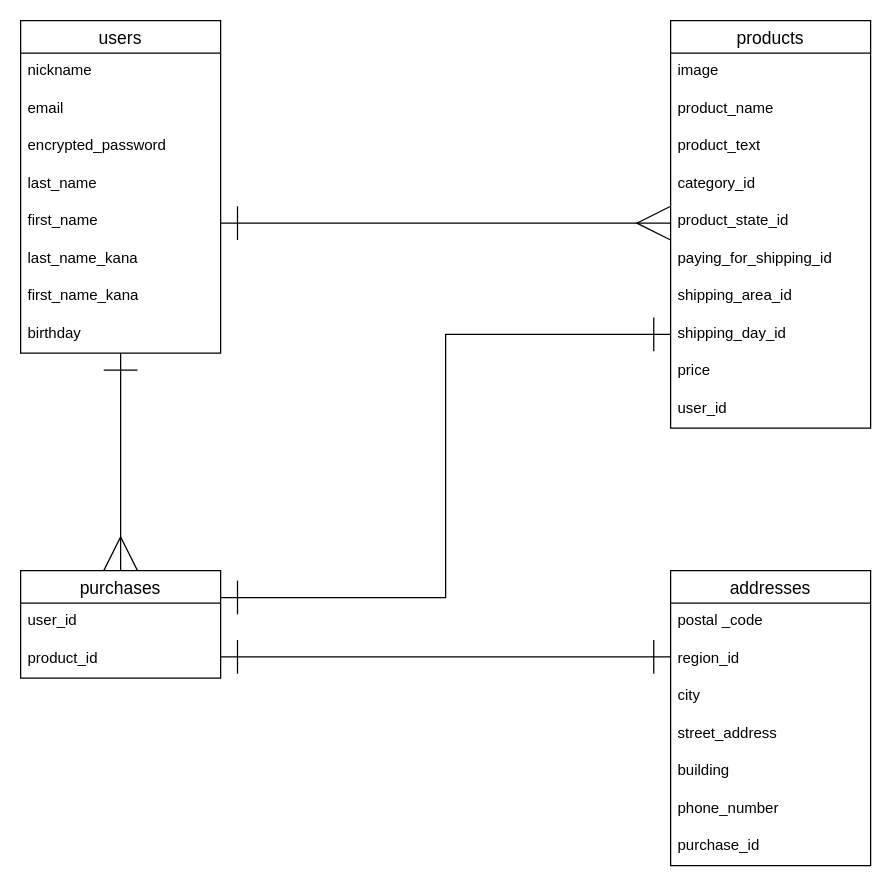
The draw.io diagram er.dio in satoko123/furima-31962, before the edit. Source tidied: cells renumbered, new cells numbered last; positions are measured from the earlier drawing's top-left corner, leaving out a move shared by most shapes. Both pictures are drawn from the tidied source at 125%, with x=0, y=0 at pixel (20, 20).
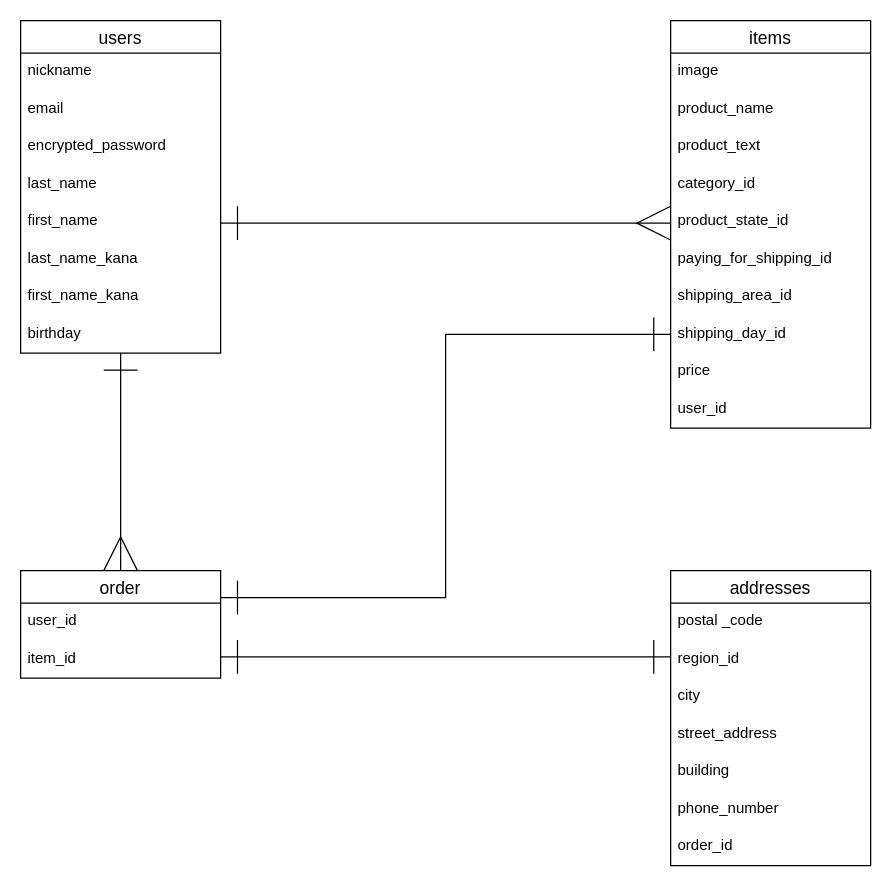
Above is the later version.

Commit message (it also covers changes not shown here):
テーブル設計の修正

Unchanged cells that the change refers to:
```xml
<mxCell id="2" value="addresses" style="swimlane;fontStyle=0;horizontal=1;startSize=26;align=center;fontSize=14;" parent="1" vertex="1">
  <mxGeometry x="520" y="440" width="160" height="236" as="geometry" />
</mxCell>
```

The edit, as a diff of the source:
```diff
@@
-    <mxCell id="9" value="purchase_id" style="text;strokeColor=none;fillColor=none;spacingLeft=4;spacingRight=4;overflow=hidden;fontSize=12;" parent="2" vertex="1">
+    <mxCell id="9" value="order_id" style="text;strokeColor=none;fillColor=none;spacingLeft=4;spacingRight=4;overflow=hidden;fontSize=12;" parent="2" vertex="1">
       <mxGeometry y="206" width="160" height="30" as="geometry" />
     </mxCell>
-    <mxCell id="10" value="products" style="swimlane;fontStyle=0;horizontal=1;startSize=26;align=center;fontSize=14;" parent="1" vertex="1">
+    <mxCell id="10" value="items" style="swimlane;fontStyle=0;horizontal=1;startSize=26;align=center;fontSize=14;" parent="1" vertex="1">
       <mxGeometry x="520" width="160" height="326" as="geometry" />
     </mxCell>
@@
-    <mxCell id="23" value="purchases" style="swimlane;fontStyle=0;horizontal=1;startSize=26;align=center;fontSize=14;" parent="1" vertex="1">
+    <mxCell id="23" value="order" style="swimlane;fontStyle=0;horizontal=1;startSize=26;align=center;fontSize=14;" parent="1" vertex="1">
       <mxGeometry y="440" width="160" height="86" as="geometry" />
     </mxCell>
@@
-    <mxCell id="25" value="product_id" style="text;strokeColor=none;fillColor=none;spacingLeft=4;spacingRight=4;overflow=hidden;fontSize=12;" parent="23" vertex="1">
+    <mxCell id="25" value="item_id" style="text;strokeColor=none;fillColor=none;spacingLeft=4;spacingRight=4;overflow=hidden;fontSize=12;" parent="23" vertex="1">
       <mxGeometry y="56" width="160" height="30" as="geometry" />
     </mxCell>
```
